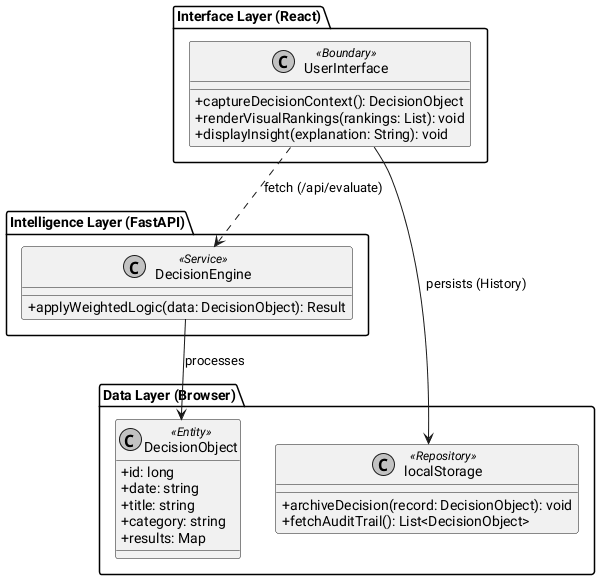
jagathkiran/decision-companion keeps this PlantUML diagram as diagrams/architecture.png. Above is the earlier version.
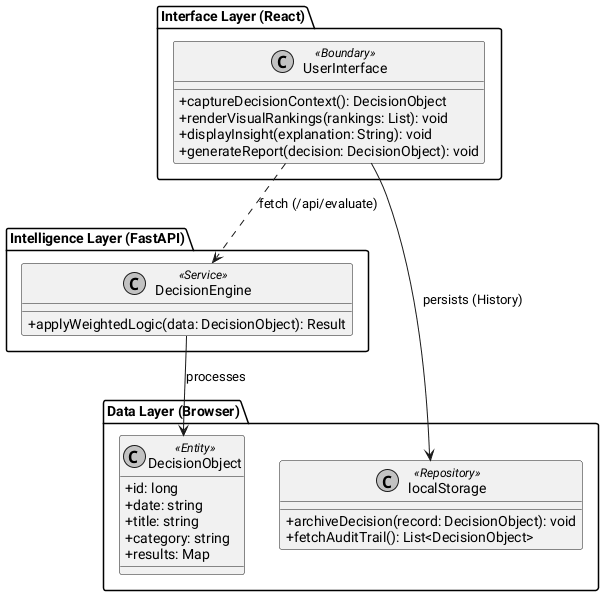
Above is the later version.

Change to the diagram source:
```diff
@@ -8,6 +8,7 @@
         +captureDecisionContext(): DecisionObject
         +renderVisualRankings(rankings: List): void
         +displayInsight(explanation: String): void
+        +generateReport(decision: DecisionObject): void
     }
 }
 
```
